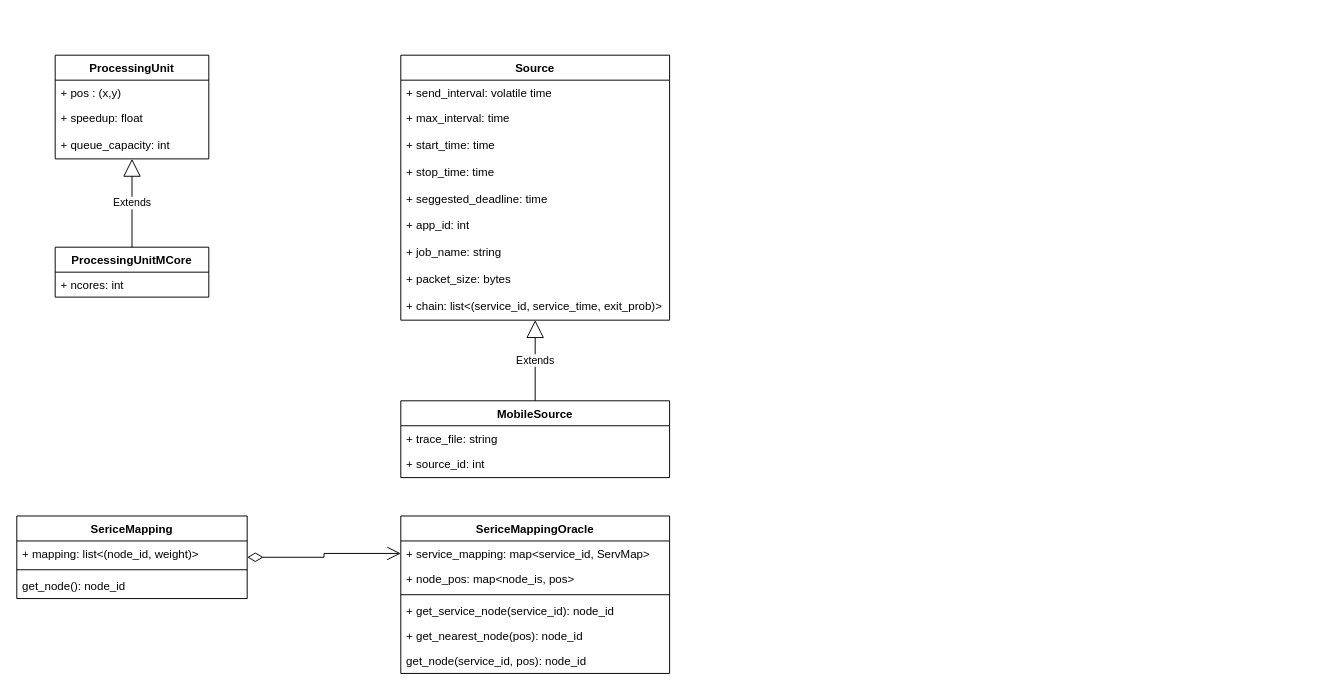
This is src/arch.drawio from rlancellotti/fogchains, a draw.io file, before an edit. Source tidied: cells renumbered, new cells numbered last; positions are measured from the earlier drawing's top-left corner, leaving out a move shared by most shapes. Both pictures are drawn from the tidied source at 96%, with x=0, y=0 at pixel (16, 55).
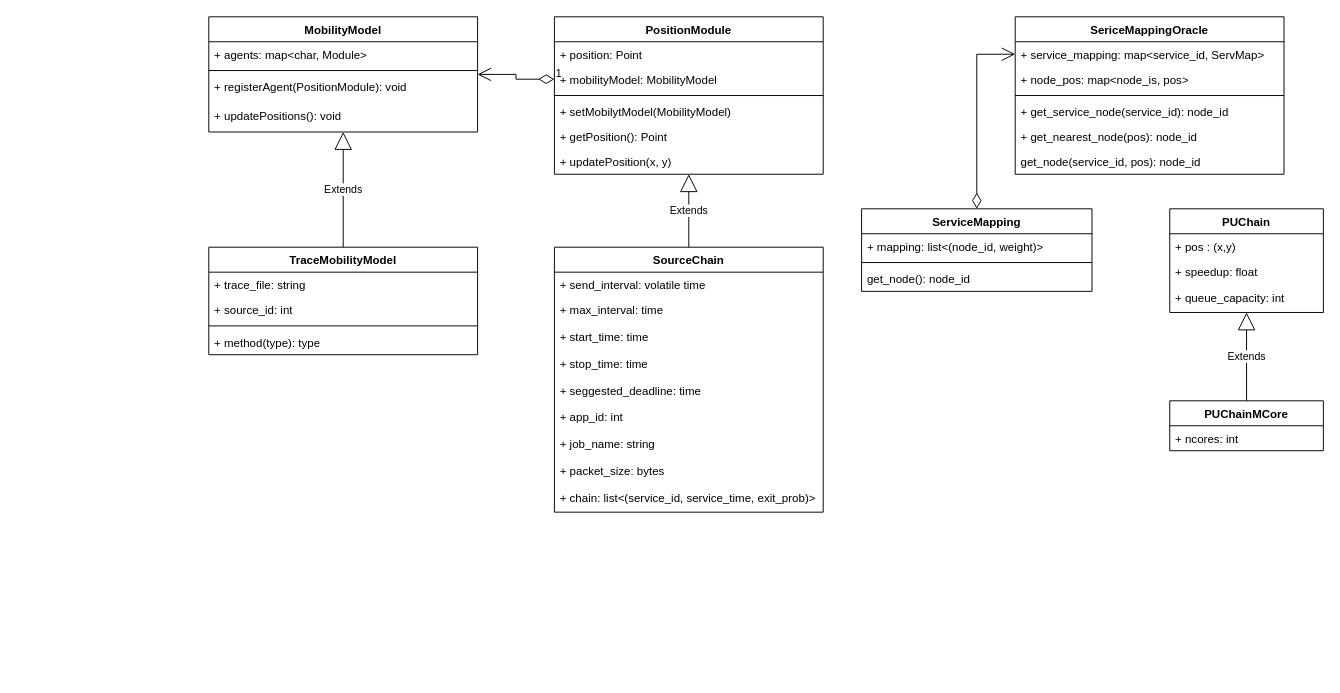
Above is the later version.

Commit message (it also covers changes not shown here):
Revised comments in code and in figures

Diff of the diagram source:
```diff
@@
-    <mxCell id="2" value="ProcessingUnit" style="swimlane;fontStyle=1;horizontal=1;startSize=26;fillColor=none;" parent="1" vertex="1">
-      <mxGeometry x="40" width="160" height="108" as="geometry" />
+    <mxCell id="2" value="PUChain" style="swimlane;fontStyle=1;horizontal=1;startSize=26;fillColor=none;" parent="1" vertex="1">
+      <mxGeometry x="1201" y="160" width="160" height="108" as="geometry" />
     </mxCell>
@@
-    <mxCell id="6" value="ProcessingUnitMCore" style="swimlane;fontStyle=1;horizontal=1;startSize=26;fillColor=none;" parent="1" vertex="1">
-      <mxGeometry x="40" y="200" width="160" height="52" as="geometry" />
+    <mxCell id="6" value="PUChainMCore" style="swimlane;fontStyle=1;horizontal=1;startSize=26;fillColor=none;" parent="1" vertex="1">
+      <mxGeometry x="1201" y="360" width="160" height="52" as="geometry" />
     </mxCell>
@@
-    <mxCell id="9" value="Source" style="swimlane;fontStyle=1;horizontal=1;startSize=26;fillColor=none;" parent="1" vertex="1">
-      <mxGeometry x="400" width="280" height="276" as="geometry" />
+    <mxCell id="9" value="SourceChain" style="swimlane;fontStyle=1;horizontal=1;startSize=26;fillColor=none;" parent="1" vertex="1">
+      <mxGeometry x="560" y="200" width="280" height="276" as="geometry" />
     </mxCell>
@@
-    <mxCell id="19" value="MobileSource" style="swimlane;fontStyle=1;horizontal=1;startSize=26;fillColor=none;" parent="1" vertex="1">
-      <mxGeometry x="400" y="360" width="280" height="80" as="geometry" />
-    </mxCell>
-    <mxCell id="20" value="+ trace_file: string" style="text;strokeColor=none;fillColor=none;align=left;verticalAlign=top;spacingLeft=4;spacingRight=4;overflow=hidden;" parent="19" vertex="1">
-      <mxGeometry y="26" width="280" height="26" as="geometry" />
-    </mxCell>
-    <mxCell id="21" value="+ source_id: int" style="text;strokeColor=none;fillColor=none;align=left;verticalAlign=top;spacingLeft=4;spacingRight=4;overflow=hidden;" parent="19" vertex="1">
-      <mxGeometry y="52" width="280" height="28" as="geometry" />
-    </mxCell>
-    <mxCell id="22" value="Extends" style="endArrow=block;endSize=16;endFill=0;html=1;rounded=0;exitX=0.5;exitY=0;exitDx=0;exitDy=0;" parent="1" edge="1" source="19" target="9">
+    <mxCell id="22" value="Extends" style="endArrow=block;endSize=16;endFill=0;html=1;rounded=0;exitX=0.5;exitY=0;exitDx=0;exitDy=0;" parent="1" edge="1" source="41" target="36">
       <mxGeometry relative="1" as="geometry" />
     </mxCell>
     <mxCell id="23" value="SericeMappingOracle" style="swimlane;fontStyle=1;align=center;verticalAlign=top;horizontal=1;startSize=26;" parent="1" vertex="1">
-      <mxGeometry x="400" y="480" width="280" height="164" as="geometry" />
+      <mxGeometry x="1040" y="-40" width="280" height="164" as="geometry" />
     </mxCell>
@@
-    <mxCell id="30" value="SericeMapping" style="swimlane;fontStyle=1;align=center;verticalAlign=top;horizontal=1;startSize=26;" parent="1" vertex="1">
-      <mxGeometry y="480" width="240" height="86" as="geometry" />
+    <mxCell id="30" value="ServiceMapping" style="swimlane;fontStyle=1;align=center;verticalAlign=top;horizontal=1;startSize=26;" parent="1" vertex="1">
+      <mxGeometry x="880" y="160" width="240" height="86" as="geometry" />
     </mxCell>
@@
+    <mxCell id="35" value="Extends" style="endArrow=block;endSize=16;endFill=0;html=1;rounded=0;exitX=0.5;exitY=0;exitDx=0;exitDy=0;" parent="1" edge="1" source="9" target="44">
+      <mxGeometry relative="1" as="geometry" />
+    </mxCell>
+    <mxCell id="36" value="MobilityModel" style="swimlane;fontStyle=1;align=center;verticalAlign=top;horizontal=1;startSize=26;whiteSpace=wrap;html=1;" parent="1" vertex="1">
+      <mxGeometry x="200" y="-40" width="280" height="120" as="geometry" />
+    </mxCell>
+    <mxCell id="37" value="+ agents: map&amp;lt;char, Module&amp;gt;" style="text;strokeColor=none;fillColor=none;align=left;verticalAlign=top;spacingLeft=4;spacingRight=4;overflow=hidden;whiteSpace=wrap;html=1;" parent="36" vertex="1">
+      <mxGeometry y="26" width="280" height="26" as="geometry" />
+    </mxCell>
+    <mxCell id="38" style="line;strokeWidth=1;fillColor=none;align=left;verticalAlign=middle;spacingTop=-1;spacingLeft=3;spacingRight=3;labelPosition=right;strokeColor=inherit;" parent="36" vertex="1">
+      <mxGeometry y="52" width="280" height="8" as="geometry" />
+    </mxCell>
+    <mxCell id="39" value="+ registerAgent(PositionModule): void" style="text;strokeColor=none;fillColor=none;align=left;verticalAlign=top;spacingLeft=4;spacingRight=4;overflow=hidden;whiteSpace=wrap;html=1;" parent="36" vertex="1">
+      <mxGeometry y="60" width="280" height="30" as="geometry" />
+    </mxCell>
+    <mxCell id="40" value="+ updatePositions(): void" style="text;strokeColor=none;fillColor=none;align=left;verticalAlign=top;spacingLeft=4;spacingRight=4;overflow=hidden;whiteSpace=wrap;html=1;" parent="36" vertex="1">
+      <mxGeometry y="90" width="280" height="30" as="geometry" />
+    </mxCell>
+    <mxCell id="41" value="TraceMobilityModel" style="swimlane;fontStyle=1;align=center;verticalAlign=top;horizontal=1;startSize=26;whiteSpace=wrap;html=1;" parent="1" vertex="1">
+      <mxGeometry x="200" y="200" width="280" height="112" as="geometry" />
+    </mxCell>
+    <mxCell id="20" value="+ trace_file: string&lt;br&gt;" style="text;strokeColor=none;fillColor=none;align=left;verticalAlign=top;spacingLeft=4;spacingRight=4;overflow=hidden;whiteSpace=wrap;html=1;" parent="41" vertex="1">
+      <mxGeometry y="26" width="280" height="26" as="geometry" />
+    </mxCell>
+    <mxCell id="21" value="+ source_id: int" style="text;strokeColor=none;fillColor=none;align=left;verticalAlign=top;spacingLeft=4;spacingRight=4;overflow=hidden;whiteSpace=wrap;html=1;" parent="41" vertex="1">
+      <mxGeometry y="52" width="280" height="26" as="geometry" />
+    </mxCell>
+    <mxCell id="42" style="line;strokeWidth=1;fillColor=none;align=left;verticalAlign=middle;spacingTop=-1;spacingLeft=3;spacingRight=3;labelPosition=right;strokeColor=inherit;" parent="41" vertex="1">
+      <mxGeometry y="78" width="280" height="8" as="geometry" />
+    </mxCell>
+    <mxCell id="43" value="+ method(type): type" style="text;strokeColor=none;fillColor=none;align=left;verticalAlign=top;spacingLeft=4;spacingRight=4;overflow=hidden;whiteSpace=wrap;html=1;" parent="41" vertex="1">
+      <mxGeometry y="86" width="280" height="26" as="geometry" />
+    </mxCell>
+    <mxCell id="44" value="PositionModule" style="swimlane;fontStyle=1;align=center;verticalAlign=top;horizontal=1;startSize=26;" parent="1" vertex="1">
+      <mxGeometry x="560" y="-40" width="280" height="164" as="geometry" />
+    </mxCell>
+    <mxCell id="45" value="+ position: Point" style="text;strokeColor=none;fillColor=none;align=left;verticalAlign=top;spacingLeft=4;spacingRight=4;overflow=hidden;" parent="44" vertex="1">
+      <mxGeometry y="26" width="280" height="26" as="geometry" />
+    </mxCell>
+    <mxCell id="46" value="+ mobilityModel: MobilityModel" style="text;strokeColor=none;fillColor=none;align=left;verticalAlign=top;spacingLeft=4;spacingRight=4;overflow=hidden;points=[[0,0.5],[1,0.5]];portConstraint=eastwest;" parent="44" vertex="1">
+      <mxGeometry y="52" width="280" height="26" as="geometry" />
+    </mxCell>
+    <mxCell id="47" style="line;strokeWidth=1;fillColor=none;align=left;verticalAlign=middle;spacingTop=-1;spacingLeft=3;spacingRight=3;labelPosition=right;strokeColor=inherit;" parent="44" vertex="1">
+      <mxGeometry y="78" width="280" height="8" as="geometry" />
+    </mxCell>
+    <mxCell id="48" value="+ setMobilytModel(MobilityModel)" style="text;strokeColor=none;fillColor=none;align=left;verticalAlign=top;spacingLeft=4;spacingRight=4;overflow=hidden;" parent="44" vertex="1">
+      <mxGeometry y="86" width="280" height="26" as="geometry" />
+    </mxCell>
+    <mxCell id="49" value="+ getPosition(): Point" style="text;strokeColor=none;fillColor=none;align=left;verticalAlign=top;spacingLeft=4;spacingRight=4;overflow=hidden;" parent="44" vertex="1">
+      <mxGeometry y="112" width="280" height="26" as="geometry" />
+    </mxCell>
+    <mxCell id="50" value="+ updatePosition(x, y)" style="text;strokeColor=none;fillColor=none;align=left;verticalAlign=top;spacingLeft=4;spacingRight=4;overflow=hidden;" parent="44" vertex="1">
+      <mxGeometry y="138" width="280" height="26" as="geometry" />
+    </mxCell>
+    <mxCell id="51" value="1" style="endArrow=open;html=1;endSize=12;startArrow=diamondThin;startSize=14;startFill=0;edgeStyle=orthogonalEdgeStyle;align=left;verticalAlign=bottom;rounded=0;exitX=0;exitY=0.5;exitDx=0;exitDy=0;" parent="1" edge="1" source="46" target="36">
+      <mxGeometry x="-1" y="3" relative="1" as="geometry" />
+    </mxCell>
```
